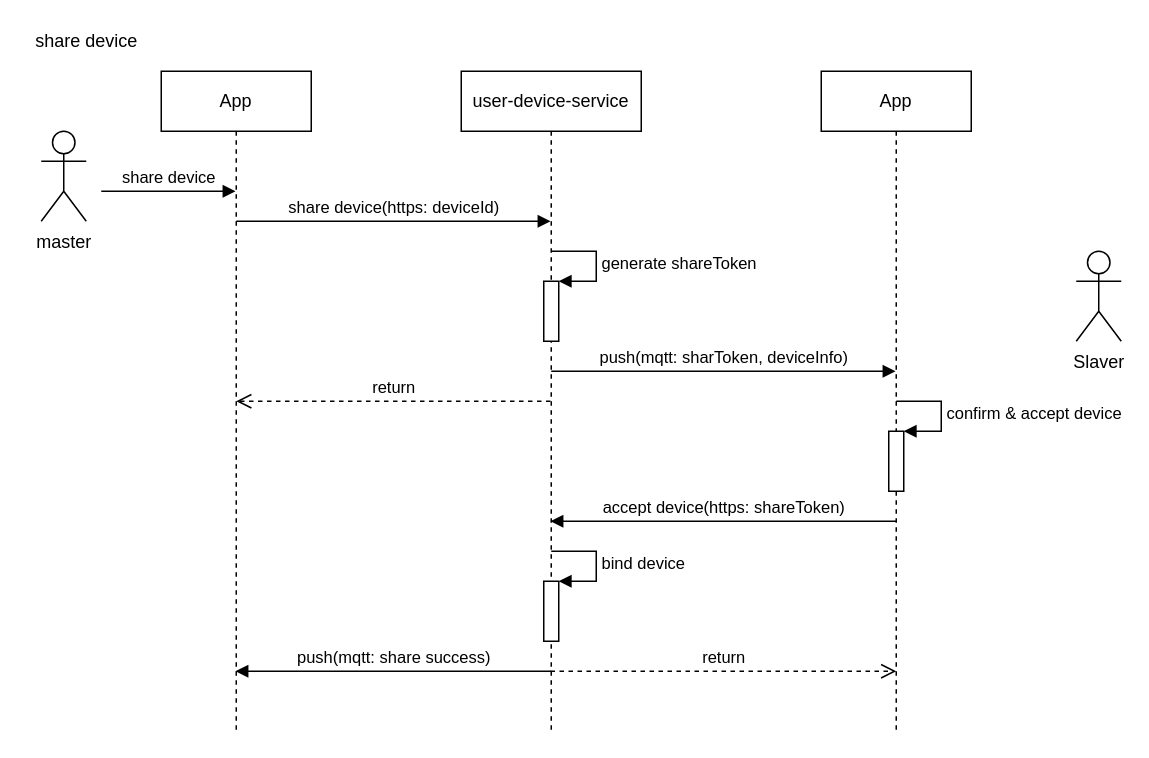
The draw.io diagram user-device.drawio in Jeff-Junfang/PNG, before the edit. Source tidied: cells renumbered, new cells numbered last; positions are measured from the earlier drawing's top-left corner, leaving out a move shared by most shapes. Both pictures are drawn from the tidied source at 150%, with x=0, y=0 at pixel (26, 26).
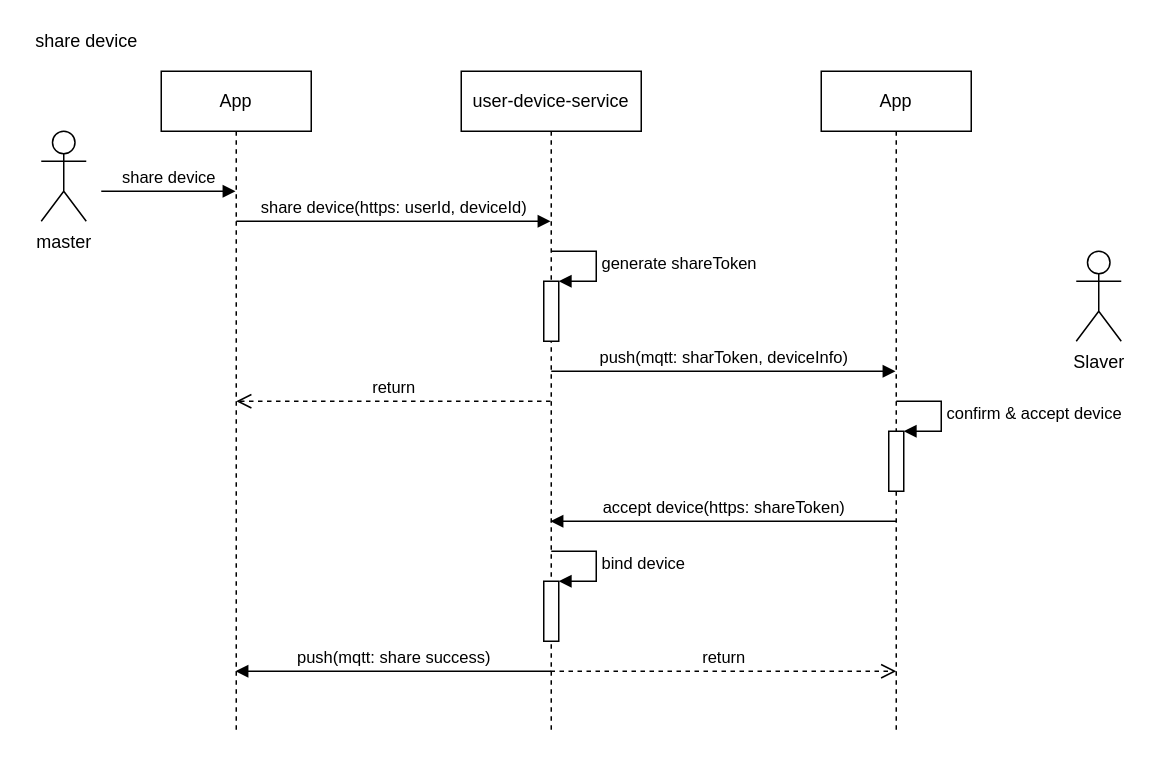
The same page after the edit.

The change refers to these unchanged cells:
```xml
<mxCell id="3" value="App" style="shape=umlLifeline;perimeter=lifelinePerimeter;whiteSpace=wrap;html=1;outlineConnect=0;" parent="1" vertex="1">
  <mxGeometry x="90" y="30" width="100" height="440" as="geometry" />
</mxCell>
<mxCell id="6" value="user-device-service" style="shape=umlLifeline;perimeter=lifelinePerimeter;whiteSpace=wrap;html=1;outlineConnect=0;" parent="1" vertex="1">
  <mxGeometry x="290" y="30" width="120" height="440" as="geometry" />
</mxCell>
```

The edit, as a diff of the source:
```diff
@@
-    <mxCell id="4" value="share device(https: deviceId)" style="html=1;verticalAlign=bottom;endArrow=block;rounded=0;" parent="3" edge="1" target="6">
+    <mxCell id="4" value="share device(https: userId, deviceId)" style="html=1;verticalAlign=bottom;endArrow=block;rounded=0;" parent="3" edge="1" target="6">
       <mxGeometry relative="1" as="geometry">
         <mxPoint x="50" y="100" as="sourcePoint" />
       </mxGeometry>
     </mxCell>
```
